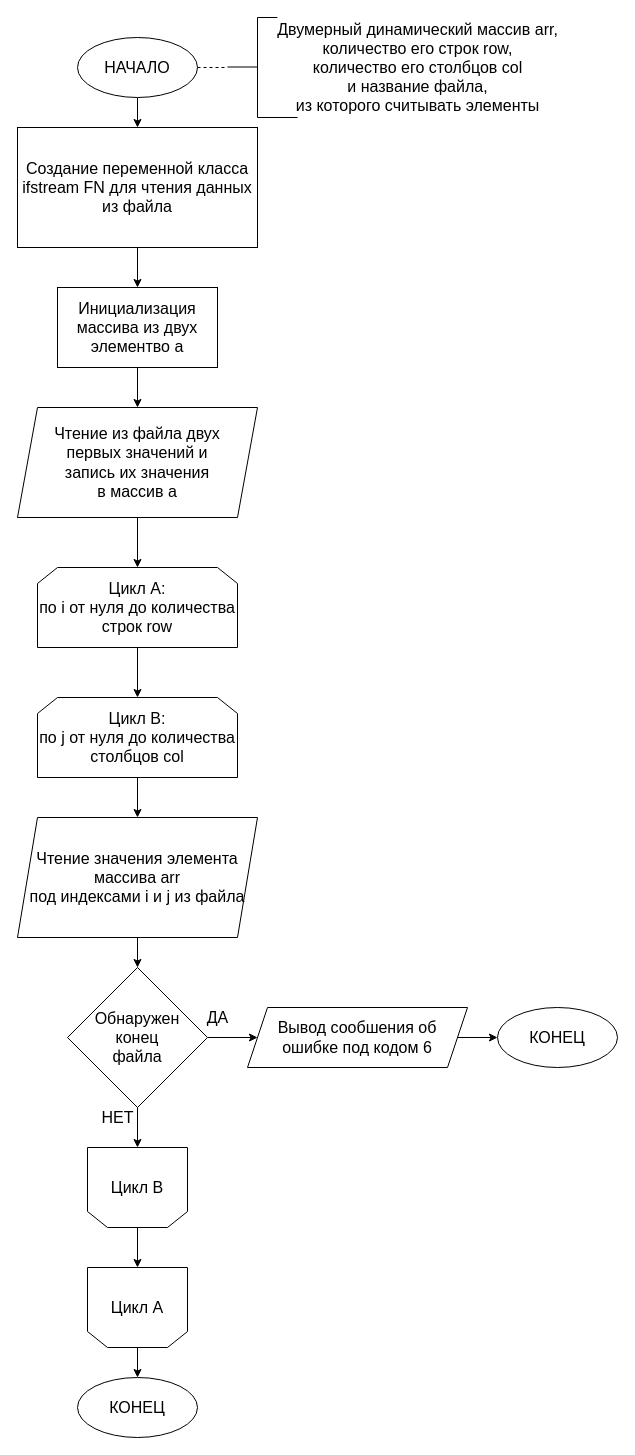
Above: lr 2.2/text/matrix_from_file.drawio in eldarbr/silver-funicular (draw.io), before the change. Source tidied: cells renumbered, new cells numbered last; positions are measured from the earlier drawing's top-left corner, leaving out a move shared by most shapes. Both pictures are drawn from the tidied source at 100%, with x=0, y=0 at pixel (17, 17).
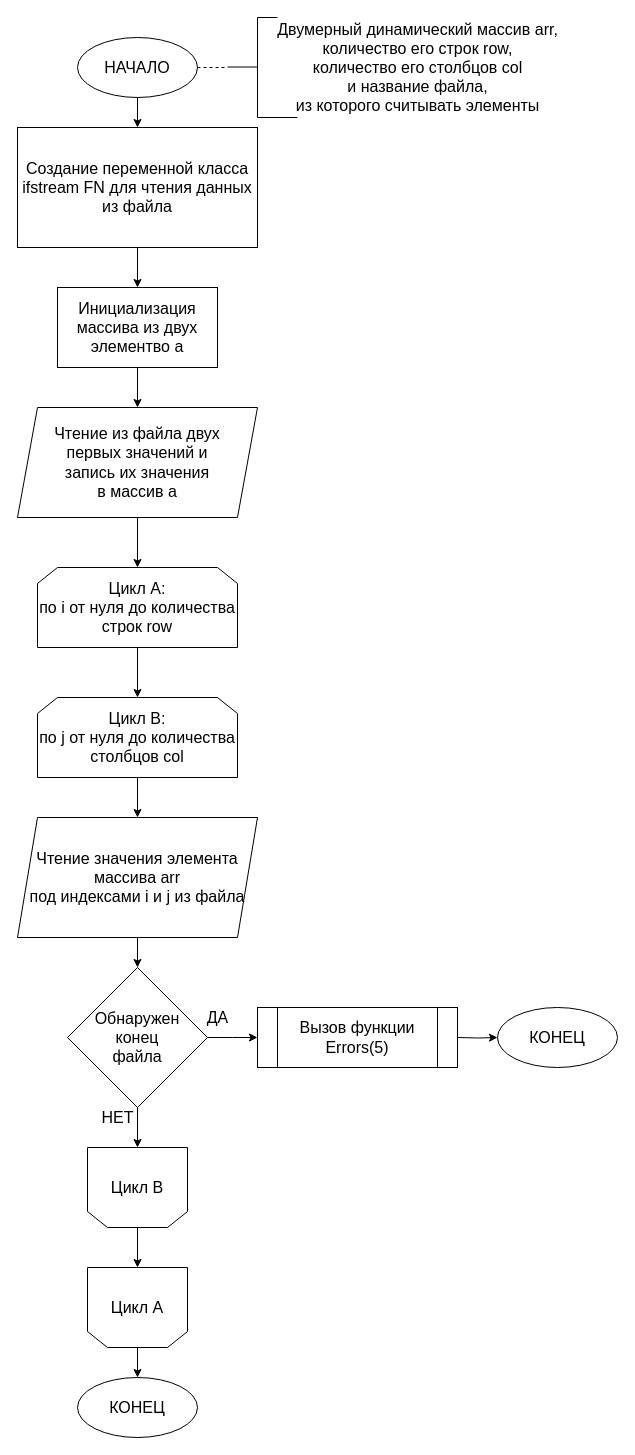
The same page after the edit.

Unchanged cells that the change refers to:
```xml
<mxCell id="18" value="Обнаружен &lt;br&gt;конец &lt;br&gt;файла" style="rhombus;whiteSpace=wrap;html=1;fontSize=16;" parent="1" vertex="1">
  <mxGeometry x="50" y="950" width="140" height="140" as="geometry" />
</mxCell>
<mxCell id="34" value="КОНЕЦ" style="ellipse;whiteSpace=wrap;html=1;fontSize=16;" parent="1" vertex="1">
  <mxGeometry x="480" y="990" width="120" height="60" as="geometry" />
</mxCell>
```

What changed in the source:
```diff
@@
-    <mxCell id="16" style="edgeStyle=orthogonalEdgeStyle;rounded=0;jettySize=auto;html=1;entryX=0;entryY=0.5;entryDx=0;entryDy=0;fontSize=16;" parent="1" edge="1" source="18" target="20">
-      <mxGeometry relative="1" as="geometry" />
+    <mxCell id="16" style="edgeStyle=orthogonalEdgeStyle;rounded=0;jettySize=auto;html=1;entryX=0;entryY=0.5;entryDx=0;entryDy=0;fontSize=16;" parent="1" edge="1" source="18">
+      <mxGeometry relative="1" as="geometry">
+        <mxPoint x="240" y="1020" as="targetPoint" />
+      </mxGeometry>
     </mxCell>
@@
-    <mxCell id="19" style="edgeStyle=orthogonalEdgeStyle;rounded=0;jettySize=auto;html=1;fontSize=16;entryX=0;entryY=0.5;entryDx=0;entryDy=0;" parent="1" edge="1" source="20" target="34">
-      <mxGeometry relative="1" as="geometry" />
+    <mxCell id="19" style="edgeStyle=orthogonalEdgeStyle;rounded=0;jettySize=auto;html=1;fontSize=16;entryX=0;entryY=0.5;entryDx=0;entryDy=0;" parent="1" edge="1" target="34">
+      <mxGeometry relative="1" as="geometry">
+        <mxPoint x="440" y="1020" as="sourcePoint" />
+      </mxGeometry>
     </mxCell>
-    <mxCell id="20" value="Вывод сообшения об ошибке под кодом 6" style="shape=parallelogram;perimeter=parallelogramPerimeter;whiteSpace=wrap;html=1;fixedSize=1;fontSize=16;" parent="1" vertex="1">
-      <mxGeometry x="230" y="990" width="220" height="60" as="geometry" />
-    </mxCell>
@@
+    <mxCell id="35" value="&lt;font style=&quot;font-size: 16px&quot;&gt;Вызов функции Errors(5)&lt;/font&gt;" style="shape=process;whiteSpace=wrap;html=1;backgroundOutline=1;" parent="1" vertex="1">
+      <mxGeometry x="240" y="990" width="200" height="60" as="geometry" />
+    </mxCell>
```
